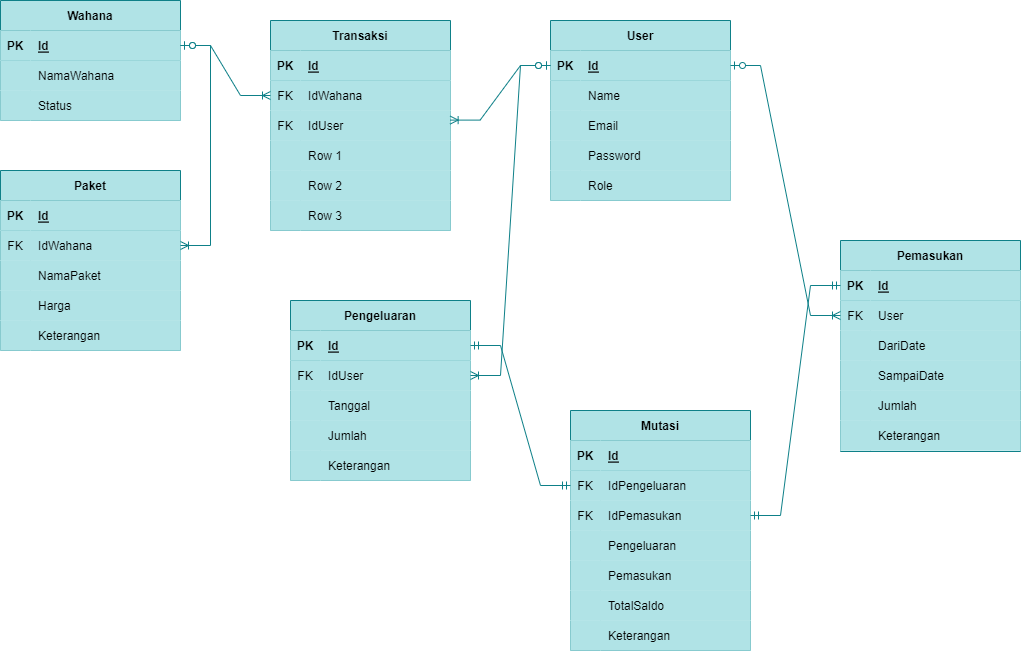
The draw.io diagram doc/img/tandur.drawio.png in RobyPurbaSakty26/TanjungDuriat, before a commit. Source tidied: cells renumbered, new cells last; positions are measured from the earlier drawing's top-left corner, leaving out a move shared by most shapes.
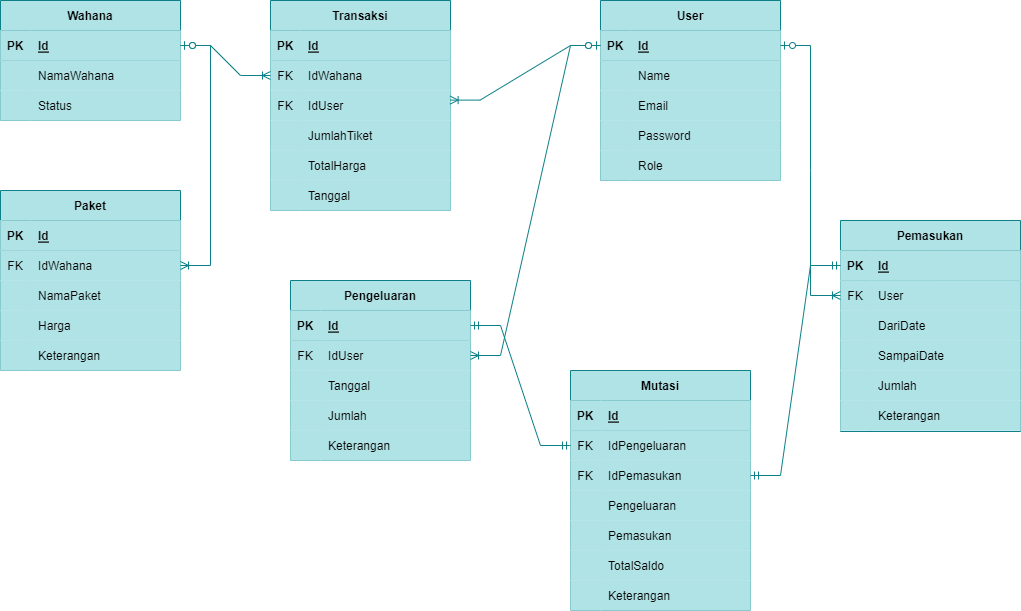
After the change.

What changed in the source:
```diff
@@ -3,7 +3,7 @@
     <mxCell id="0" />
     <mxCell id="1" parent="0" />
     <mxCell id="2" value="Wahana" style="shape=table;startSize=30;rowLines=0;fontStyle=1;align=center;fillColor=#b0e3e6;strokeColor=#0e8088;" parent="1" vertex="1">
-      <mxGeometry width="180" height="120" as="geometry" />
+      <mxGeometry y="20" width="180" height="120" as="geometry" />
     </mxCell>
     <mxCell id="3" style="shape=tableRow;horizontal=0;startSize=0;swimlaneHead=0;swimlaneBody=0;fillColor=#b0e3e6;points=[[0,0.5],[1,0.5]];portConstraint=eastwest;top=0;left=0;right=0;bottom=1;strokeColor=#0e8088;" parent="2" vertex="1">
       <mxGeometry y="30" width="180" height="30" as="geometry" />
@@ -33,7 +33,7 @@
       <mxGeometry x="30" width="150" height="30" as="geometry" />
     </mxCell>
     <mxCell id="12" value="Paket" style="shape=table;startSize=30;rowLines=0;fontStyle=1;align=center;fillColor=#b0e3e6;strokeColor=#0e8088;" parent="1" vertex="1">
-      <mxGeometry y="170" width="180" height="180" as="geometry" />
+      <mxGeometry y="210" width="180" height="180" as="geometry" />
     </mxCell>
     <mxCell id="13" style="shape=tableRow;horizontal=0;startSize=0;swimlaneHead=0;swimlaneBody=0;fillColor=#b0e3e6;top=0;left=0;right=0;bottom=1;strokeColor=#0e8088;" parent="12" vertex="1">
       <mxGeometry y="30" width="180" height="30" as="geometry" />
@@ -116,7 +116,7 @@
     <mxCell id="39" style="shape=partialRectangle;fillColor=#b0e3e6;top=0;left=0;bottom=0;right=0;overflow=hidden;strokeColor=#0e8088;" parent="38" vertex="1">
       <mxGeometry width="30" height="30" as="geometry" />
     </mxCell>
-    <mxCell id="40" value="Row 1" style="shape=partialRectangle;fillColor=#b0e3e6;top=0;left=0;bottom=0;right=0;align=left;spacingLeft=6;overflow=hidden;strokeColor=#0e8088;" parent="38" vertex="1">
+    <mxCell id="40" value="JumlahTiket" style="shape=partialRectangle;fillColor=#b0e3e6;top=0;left=0;bottom=0;right=0;align=left;spacingLeft=6;overflow=hidden;strokeColor=#0e8088;" parent="38" vertex="1">
       <mxGeometry x="30" width="150" height="30" as="geometry" />
     </mxCell>
     <mxCell id="41" style="shape=tableRow;horizontal=0;startSize=0;swimlaneHead=0;swimlaneBody=0;fillColor=#b0e3e6;top=0;left=0;right=0;bottom=0;strokeColor=#0e8088;" parent="28" vertex="1">
@@ -125,7 +125,7 @@
     <mxCell id="42" style="shape=partialRectangle;fillColor=#b0e3e6;top=0;left=0;bottom=0;right=0;overflow=hidden;strokeColor=#0e8088;" parent="41" vertex="1">
       <mxGeometry width="30" height="30" as="geometry" />
     </mxCell>
-    <mxCell id="43" value="Row 2" style="shape=partialRectangle;fillColor=#b0e3e6;top=0;left=0;bottom=0;right=0;align=left;spacingLeft=6;overflow=hidden;strokeColor=#0e8088;" parent="41" vertex="1">
+    <mxCell id="43" value="TotalHarga" style="shape=partialRectangle;fillColor=#b0e3e6;top=0;left=0;bottom=0;right=0;align=left;spacingLeft=6;overflow=hidden;strokeColor=#0e8088;" parent="41" vertex="1">
       <mxGeometry x="30" width="150" height="30" as="geometry" />
     </mxCell>
     <mxCell id="44" style="shape=tableRow;horizontal=0;startSize=0;swimlaneHead=0;swimlaneBody=0;fillColor=#b0e3e6;top=0;left=0;right=0;bottom=0;strokeColor=#0e8088;" parent="28" vertex="1">
@@ -134,14 +134,14 @@
     <mxCell id="45" style="shape=partialRectangle;fillColor=#b0e3e6;top=0;left=0;bottom=0;right=0;overflow=hidden;strokeColor=#0e8088;" parent="44" vertex="1">
       <mxGeometry width="30" height="30" as="geometry" />
     </mxCell>
-    <mxCell id="46" value="Row 3" style="shape=partialRectangle;fillColor=#b0e3e6;top=0;left=0;bottom=0;right=0;align=left;spacingLeft=6;overflow=hidden;strokeColor=#0e8088;" parent="44" vertex="1">
+    <mxCell id="46" value="Tanggal" style="shape=partialRectangle;fillColor=#b0e3e6;top=0;left=0;bottom=0;right=0;align=left;spacingLeft=6;overflow=hidden;strokeColor=#0e8088;" parent="44" vertex="1">
       <mxGeometry x="30" width="150" height="30" as="geometry" />
     </mxCell>
     <mxCell id="47" style="edgeStyle=entityRelationEdgeStyle;fontSize=12;html=1;endArrow=ERoneToMany;startArrow=ERzeroToOne;rounded=0;entryX=1;entryY=0.5;entryDx=0;entryDy=0;exitX=1;exitY=0.5;exitDx=0;exitDy=0;fillColor=#b0e3e6;strokeColor=#0e8088;" parent="1" edge="1" source="3" target="16">
       <mxGeometry relative="1" as="geometry" />
     </mxCell>
     <mxCell id="48" value="User" style="shape=table;startSize=30;rowLines=0;fontStyle=1;align=center;fillColor=#b0e3e6;strokeColor=#0e8088;" parent="1" vertex="1">
-      <mxGeometry x="550" y="20" width="180" height="180" as="geometry" />
+      <mxGeometry x="600" y="20" width="180" height="180" as="geometry" />
     </mxCell>
     <mxCell id="49" style="shape=tableRow;horizontal=0;startSize=0;swimlaneHead=0;swimlaneBody=0;fillColor=#b0e3e6;points=[[0,0.5],[1,0.5]];portConstraint=eastwest;top=0;left=0;right=0;bottom=1;strokeColor=#0e8088;" parent="48" vertex="1">
       <mxGeometry y="30" width="180" height="30" as="geometry" />
@@ -306,7 +306,7 @@
       <mxGeometry relative="1" as="geometry" />
     </mxCell>
     <mxCell id="103" value="Mutasi" style="shape=table;startSize=30;rowLines=0;fontStyle=1;align=center;fillColor=#b0e3e6;strokeColor=#0e8088;" parent="1" vertex="1">
-      <mxGeometry x="570" y="410" width="180" height="240" as="geometry" />
+      <mxGeometry x="570" y="390" width="180" height="240" as="geometry" />
     </mxCell>
     <mxCell id="104" style="shape=tableRow;horizontal=0;startSize=0;swimlaneHead=0;swimlaneBody=0;fillColor=#b0e3e6;top=0;left=0;right=0;bottom=1;strokeColor=#0e8088;" parent="103" vertex="1">
       <mxGeometry y="30" width="180" height="30" as="geometry" />
```
